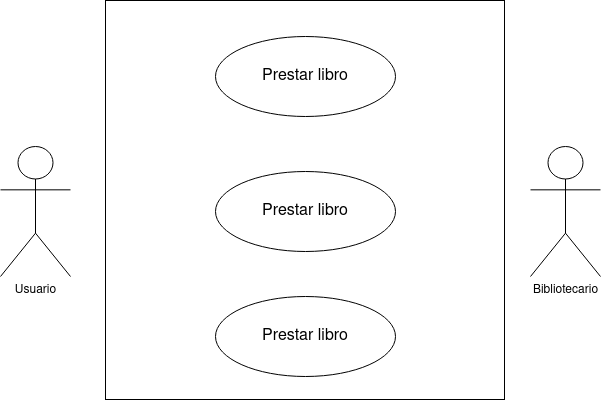
The draw.io diagram casos de uso biblioteca.drawio.png in GermanOjeda/Tarea-ETS, before a commit. Source tidied: cells renumbered, new cells last; positions are measured from the earlier drawing's top-left corner, leaving out a move shared by most shapes. Source of this version:
```xml
<mxGraphModel>
  <root>
    <mxCell id="0" />
    <mxCell id="1" parent="0" />
    <mxCell id="2" style="whiteSpace=wrap;html=1;" parent="1" vertex="1">
      <mxGeometry x="105" width="399" height="399" as="geometry" />
    </mxCell>
    <mxCell id="3" value="&lt;div&gt;Usuario&lt;/div&gt;" style="shape=umlActor;verticalLabelPosition=bottom;verticalAlign=top;html=1;" parent="1" vertex="1">
      <mxGeometry y="146" width="70" height="130" as="geometry" />
    </mxCell>
    <mxCell id="4" value="&lt;div&gt;Bibliotecario&lt;/div&gt;&lt;div&gt;&lt;br&gt;&lt;/div&gt;" style="shape=umlActor;verticalLabelPosition=bottom;verticalAlign=top;html=1;" parent="1" vertex="1">
      <mxGeometry x="530" y="146" width="70" height="130" as="geometry" />
    </mxCell>
    <mxCell id="5" value="&lt;font style=&quot;font-size: 16px;&quot;&gt;Prestar libro&lt;/font&gt;" style="ellipse;whiteSpace=wrap;html=1;" parent="1" vertex="1">
      <mxGeometry x="215" y="36" width="180" height="80" as="geometry" />
    </mxCell>
    <mxCell id="6" value="&lt;font style=&quot;font-size: 16px;&quot;&gt;Prestar libro&lt;/font&gt;" style="ellipse;whiteSpace=wrap;html=1;" parent="1" vertex="1">
      <mxGeometry x="215" y="171" width="180" height="80" as="geometry" />
    </mxCell>
    <mxCell id="7" value="&lt;font style=&quot;font-size: 16px;&quot;&gt;Prestar libro&lt;/font&gt;" style="ellipse;whiteSpace=wrap;html=1;" parent="1" vertex="1">
      <mxGeometry x="215" y="296" width="180" height="80" as="geometry" />
    </mxCell>
  </root>
</mxGraphModel>
```
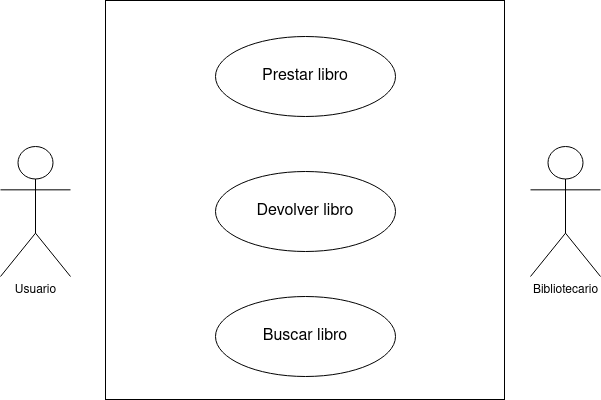
After the change.

What changed in the source:
```diff
@@ -14,10 +14,10 @@
     <mxCell id="5" value="&lt;font style=&quot;font-size: 16px;&quot;&gt;Prestar libro&lt;/font&gt;" style="ellipse;whiteSpace=wrap;html=1;" parent="1" vertex="1">
       <mxGeometry x="215" y="36" width="180" height="80" as="geometry" />
     </mxCell>
-    <mxCell id="6" value="&lt;font style=&quot;font-size: 16px;&quot;&gt;Prestar libro&lt;/font&gt;" style="ellipse;whiteSpace=wrap;html=1;" parent="1" vertex="1">
+    <mxCell id="6" value="&lt;font style=&quot;font-size: 16px;&quot;&gt;Devolver libro&lt;/font&gt;" style="ellipse;whiteSpace=wrap;html=1;" parent="1" vertex="1">
       <mxGeometry x="215" y="171" width="180" height="80" as="geometry" />
     </mxCell>
-    <mxCell id="7" value="&lt;font style=&quot;font-size: 16px;&quot;&gt;Prestar libro&lt;/font&gt;" style="ellipse;whiteSpace=wrap;html=1;" parent="1" vertex="1">
+    <mxCell id="7" value="&lt;div&gt;&lt;font style=&quot;font-size: 16px;&quot;&gt;Buscar libro&lt;/font&gt;&lt;/div&gt;" style="ellipse;whiteSpace=wrap;html=1;" parent="1" vertex="1">
       <mxGeometry x="215" y="296" width="180" height="80" as="geometry" />
     </mxCell>
   </root>
```
